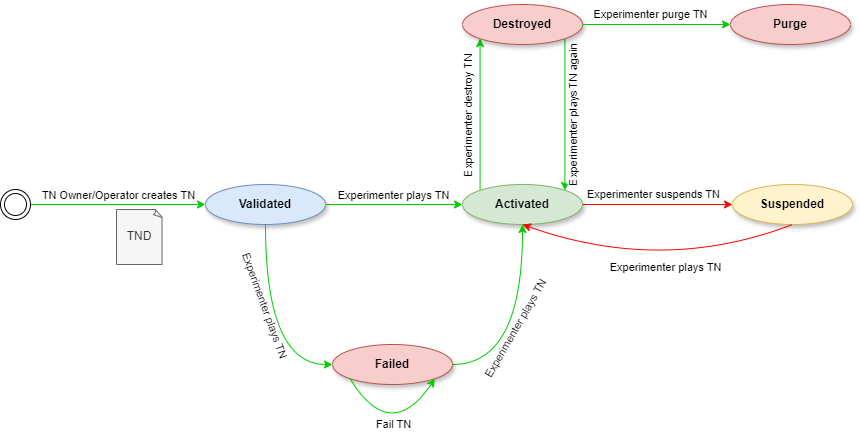
6G-SANDBOX/TNLCM keeps this draw.io diagram as docs/images/stateMachine.png. Above is the earlier version. Source tidied: cells renumbered, new cells last; positions are measured from the earlier drawing's top-left corner, leaving out a move shared by most shapes.
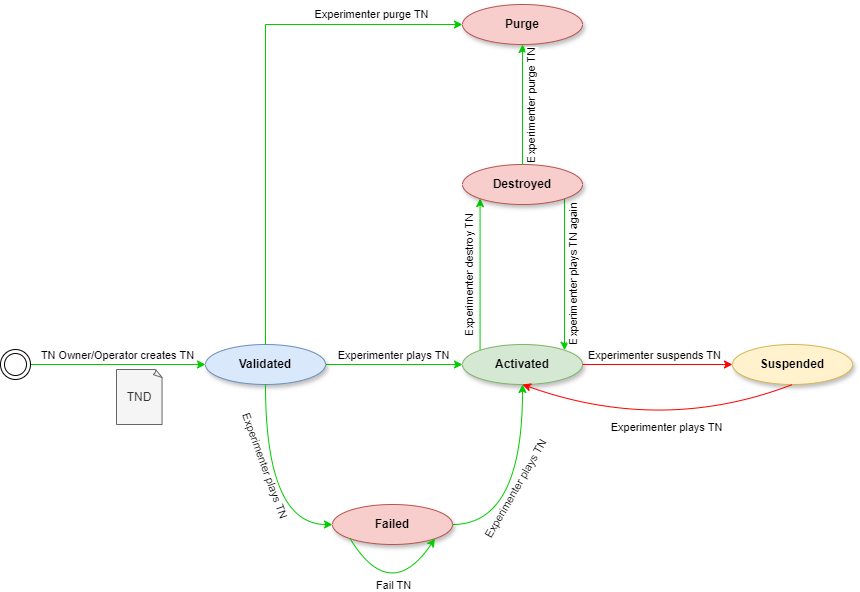
The same diagram one commit later.

Commit message:
Add transition validated to purge trial network

Diff of the diagram source:
```diff
@@ -94,15 +94,23 @@
       </mxGeometry>
     </mxCell>
     <mxCell id="25" value="&lt;b&gt;Purge&lt;/b&gt;" style="ellipse;whiteSpace=wrap;html=1;shadow=1;fillColor=#f8cecc;strokeColor=#b85450;" parent="1" vertex="1">
-      <mxGeometry x="730" width="120" height="40" as="geometry" />
+      <mxGeometry x="462" y="-160" width="120" height="40" as="geometry" />
     </mxCell>
-    <mxCell id="26" style="edgeStyle=orthogonalEdgeStyle;rounded=0;jettySize=auto;html=1;entryX=0;entryY=0.5;entryDx=0;entryDy=0;exitX=1;exitY=0.5;exitDx=0;exitDy=0;strokeColor=#00CC00;" parent="1" edge="1" source="22" target="25">
+    <mxCell id="26" style="edgeStyle=orthogonalEdgeStyle;rounded=0;jettySize=auto;html=1;exitX=0.5;exitY=0;exitDx=0;exitDy=0;strokeColor=#00CC00;" parent="1" edge="1" source="22" target="25">
       <mxGeometry relative="1" as="geometry" />
     </mxCell>
-    <mxCell id="27" value="Experimenter purge TN" style="edgeLabel;html=1;align=center;verticalAlign=middle;rotation=0;" parent="26" vertex="1">
+    <mxCell id="27" value="Experimenter purge TN" style="edgeLabel;html=1;align=center;verticalAlign=middle;rotation=-90;" parent="26" vertex="1">
       <mxGeometry x="0.02" relative="1" as="geometry">
-        <mxPoint x="-7" y="-10" as="offset" />
+        <mxPoint x="9" y="3" as="offset" />
       </mxGeometry>
     </mxCell>
+    <mxCell id="28" style="edgeStyle=orthogonalEdgeStyle;rounded=0;jettySize=auto;html=1;entryX=0;entryY=0.5;entryDx=0;entryDy=0;exitX=0.5;exitY=0;exitDx=0;exitDy=0;strokeColor=#00CC00;" parent="1" edge="1" source="6" target="25">
+      <mxGeometry relative="1" as="geometry" />
+    </mxCell>
+    <mxCell id="29" value="Experimenter purge TN" style="edgeLabel;html=1;align=center;verticalAlign=middle;rotation=0;" parent="28" vertex="1">
+      <mxGeometry x="0.02" relative="1" as="geometry">
+        <mxPoint x="105" y="-68" as="offset" />
+      </mxGeometry>
+    </mxCell>
   </root>
 </mxGraphModel>
```
